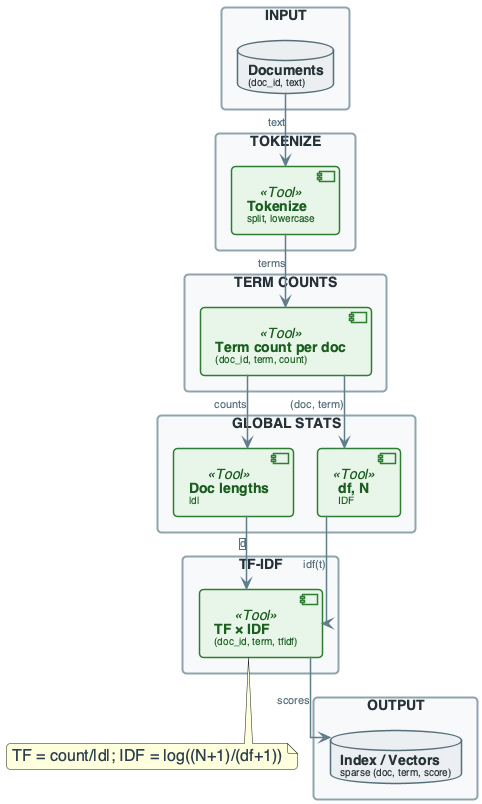
Before: diagrams/week8/week8_lecture_slide14_tfidf_pipeline_overview.png, a diagram exported from PlantUML (OrPerets/data-engineering-course).
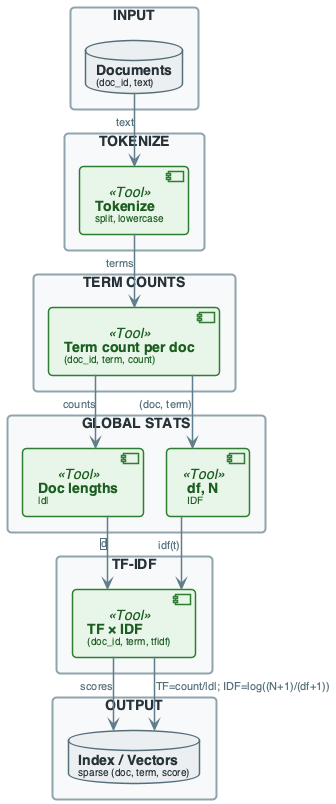
After the change.

Diff of the diagram source:
```diff
@@ -150,7 +150,6 @@
 LEN --> TFIDF : "|d|"
 IDF --> TFIDF : "idf(t)"
 TFIDF --> OUT : "scores"
-
-note bottom of TFIDF : TF = count/|d|; IDF = log((N+1)/(df+1))
+TFIDF --> OUT : "TF=count/|d|; IDF=log((N+1)/(df+1))"
 
 @enduml
```
